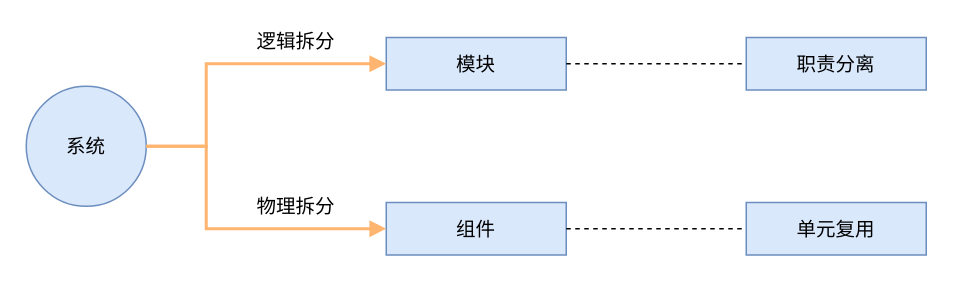
The draw.io diagram page "Page-2" (2 of 5) of 2021-10-23-李运华架构实战营学习笔记/第01节课：什么是架构，你理解对了么？/lesson-1.drawio in acomma/notes, before the edit. Source tidied: cells renumbered, new cells numbered last; positions are measured from the earlier drawing's top-left corner, leaving out a move shared by most shapes. Both pictures are drawn from the tidied source at 150%, with x=0, y=0 at pixel (26, 26).
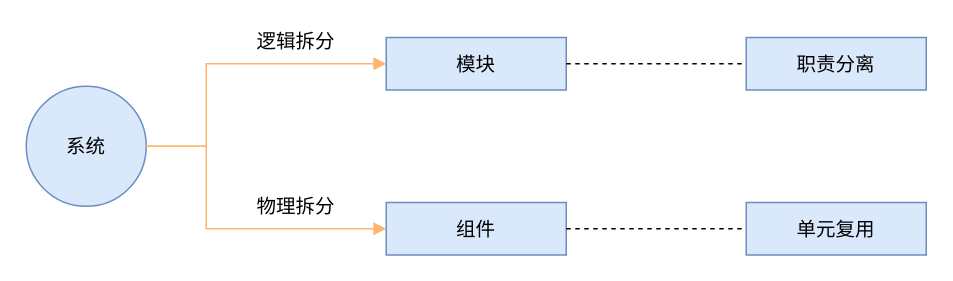
The same diagram, later.

What changed in the source:
```diff
@@
 <mxGraphModel>
   <root>
     <mxCell id="0" />
     <mxCell id="1" parent="0" />
     <mxCell id="2" value="系统" style="ellipse;whiteSpace=wrap;html=1;fillColor=#dae8fc;strokeColor=#6c8ebf;fontStyle=0;fontSize=13;fontFamily=微软雅黑;" parent="1" vertex="1">
       <mxGeometry y="40" width="80" height="80" as="geometry" />
     </mxCell>
     <mxCell id="3" value="模块" style="rounded=0;whiteSpace=wrap;html=1;fillColor=#dae8fc;strokeColor=#6c8ebf;fontStyle=0;fontSize=13;fontFamily=微软雅黑;" parent="1" vertex="1">
       <mxGeometry x="240" y="7.5" width="120" height="35" as="geometry" />
     </mxCell>
     <mxCell id="4" value="组件" style="rounded=0;whiteSpace=wrap;html=1;fillColor=#dae8fc;strokeColor=#6c8ebf;fontStyle=0;fontSize=13;fontFamily=微软雅黑;" parent="1" vertex="1">
       <mxGeometry x="240" y="117.5" width="120" height="35" as="geometry" />
     </mxCell>
     <mxCell id="5" value="职责分离" style="rounded=0;whiteSpace=wrap;html=1;fillColor=#dae8fc;strokeColor=#6c8ebf;fontStyle=0;fontSize=13;fontFamily=微软雅黑;" parent="1" vertex="1">
       <mxGeometry x="480" y="7.5" width="120" height="35" as="geometry" />
     </mxCell>
     <mxCell id="6" value="单元复用" style="rounded=0;whiteSpace=wrap;html=1;fillColor=#dae8fc;strokeColor=#6c8ebf;fontStyle=0;fontSize=13;fontFamily=微软雅黑;" parent="1" vertex="1">
       <mxGeometry x="480" y="117.5" width="120" height="35" as="geometry" />
     </mxCell>
-    <mxCell id="7" style="endArrow=block;html=1;exitX=1;exitY=0.5;exitDx=0;exitDy=0;entryX=0;entryY=0.5;entryDx=0;entryDy=0;endFill=1;strokeWidth=2;edgeStyle=orthogonalEdgeStyle;rounded=0;strokeColor=#FFB570;" parent="1" edge="1" source="2" target="3">
+    <mxCell id="7" style="endArrow=block;html=1;exitX=1;exitY=0.5;exitDx=0;exitDy=0;entryX=0;entryY=0.5;entryDx=0;entryDy=0;endFill=1;strokeWidth=1;edgeStyle=orthogonalEdgeStyle;rounded=0;strokeColor=#FFB570;" parent="1" edge="1" source="2" target="3">
       <mxGeometry relative="1" as="geometry">
         <Array as="points">
           <mxPoint x="120" y="80" />
           <mxPoint x="120" y="25" />
         </Array>
       </mxGeometry>
     </mxCell>
-    <mxCell id="8" style="endArrow=block;html=1;exitX=1;exitY=0.5;exitDx=0;exitDy=0;entryX=0;entryY=0.5;entryDx=0;entryDy=0;endFill=1;edgeStyle=orthogonalEdgeStyle;rounded=0;strokeWidth=2;strokeColor=#FFB570;" parent="1" edge="1" source="2" target="4">
+    <mxCell id="8" style="endArrow=block;html=1;exitX=1;exitY=0.5;exitDx=0;exitDy=0;entryX=0;entryY=0.5;entryDx=0;entryDy=0;endFill=1;edgeStyle=orthogonalEdgeStyle;rounded=0;strokeWidth=1;strokeColor=#FFB570;" parent="1" edge="1" source="2" target="4">
       <mxGeometry relative="1" as="geometry">
         <Array as="points">
           <mxPoint x="120" y="80" />
           <mxPoint x="120" y="135" />
         </Array>
       </mxGeometry>
     </mxCell>
     <mxCell id="9" style="endArrow=none;dashed=1;html=1;strokeWidth=1;entryX=0;entryY=0.5;entryDx=0;entryDy=0;exitX=1;exitY=0.5;exitDx=0;exitDy=0;" parent="1" edge="1" source="3" target="5">
       <mxGeometry relative="1" as="geometry" />
     </mxCell>
     <mxCell id="10" style="endArrow=none;dashed=1;html=1;strokeWidth=1;entryX=0;entryY=0.5;entryDx=0;entryDy=0;exitX=1;exitY=0.5;exitDx=0;exitDy=0;" parent="1" edge="1" source="4" target="6">
       <mxGeometry relative="1" as="geometry" />
     </mxCell>
     <mxCell id="11" value="逻辑拆分" style="text;html=1;strokeColor=none;fillColor=none;align=center;verticalAlign=middle;whiteSpace=wrap;rounded=0;fontFamily=微软雅黑;fontSize=13;" parent="1" vertex="1">
       <mxGeometry x="150" width="60" height="20" as="geometry" />
     </mxCell>
     <mxCell id="12" value="物理拆分" style="text;html=1;strokeColor=none;fillColor=none;align=center;verticalAlign=middle;whiteSpace=wrap;rounded=0;fontFamily=微软雅黑;fontSize=13;" parent="1" vertex="1">
       <mxGeometry x="150" y="110" width="60" height="20" as="geometry" />
     </mxCell>
   </root>
 </mxGraphModel>
```
